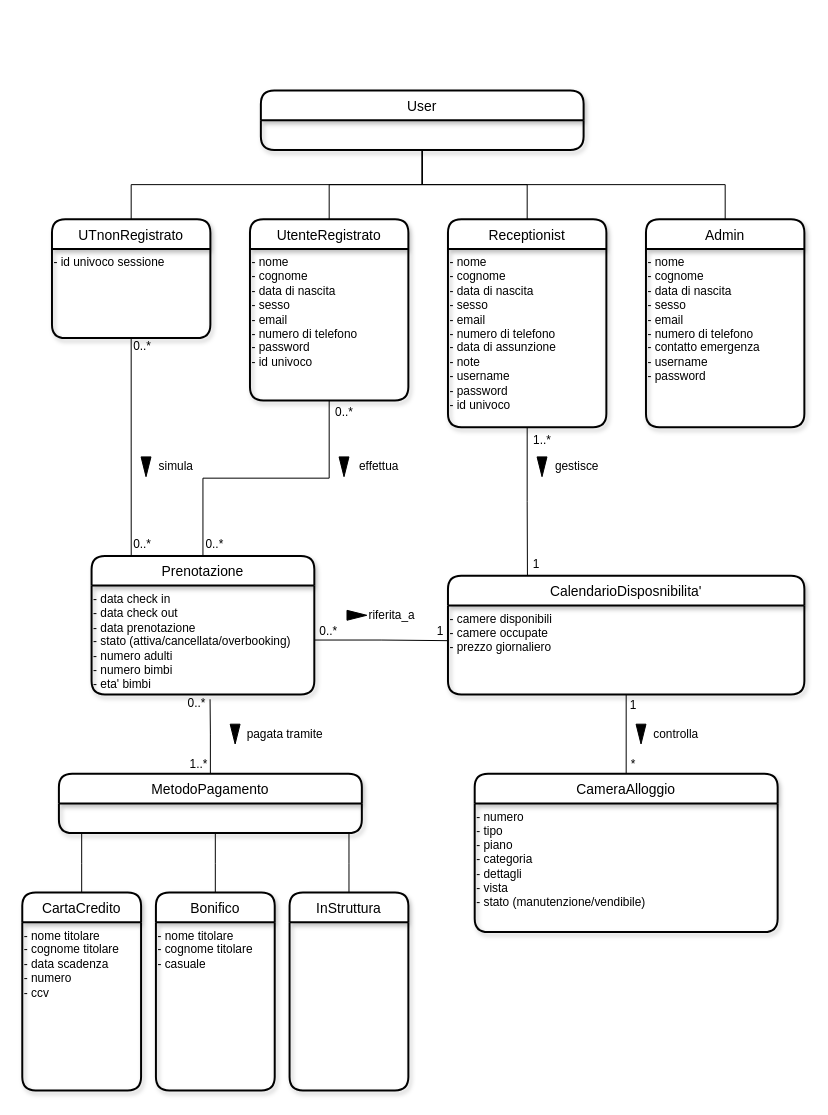
This is Documentazione/ModelloConcettuale2.drawio from riccardobeniamino/ProgWebGruppo3, a draw.io file, before an edit. Source tidied: cells renumbered, new cells numbered last; positions are measured from the earlier drawing's top-left corner, leaving out a move shared by most shapes. Both pictures are drawn from the tidied source at 99%, with x=0, y=0 at pixel (22, 90).
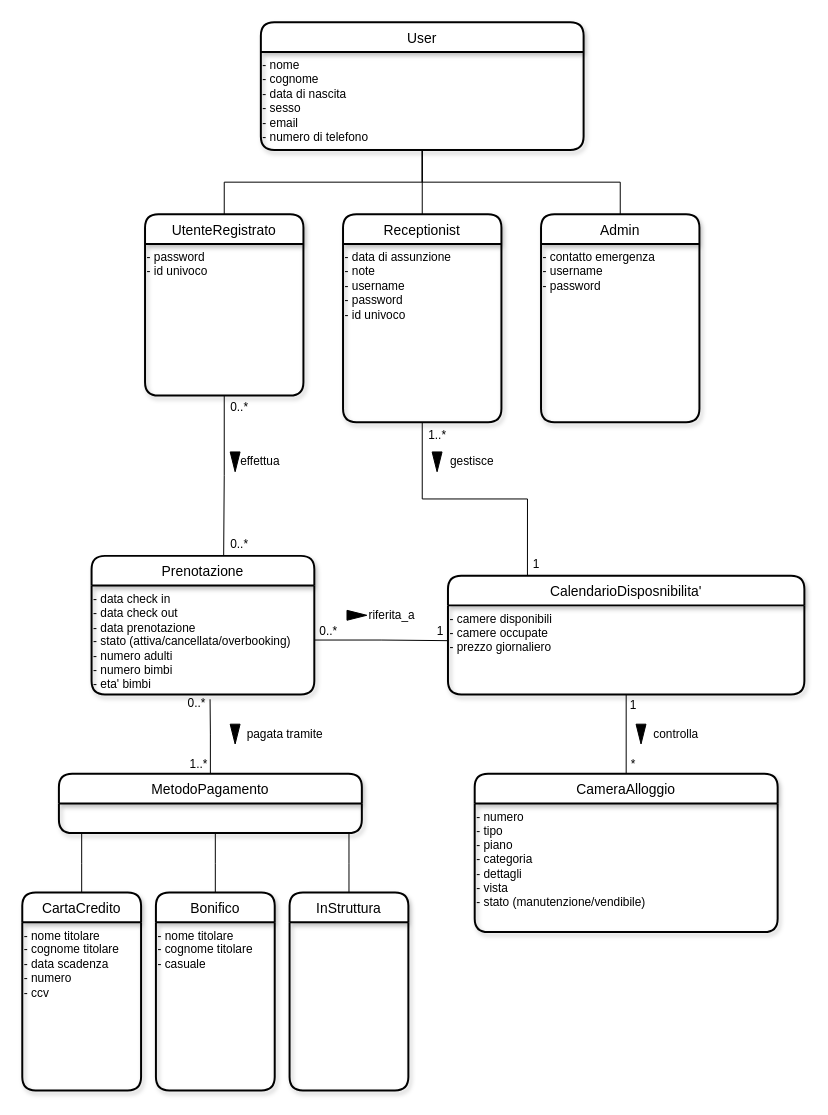
The same page after the edit.

Unchanged cells that the change refers to:
```xml
<mxCell id="20" value="Prenotazione" style="swimlane;horizontal=1;startSize=30;rounded=1;fontSize=14;fontStyle=0;strokeWidth=2;shadow=1;dashed=0;align=center;gradientColor=none;" parent="1" vertex="1">
  <mxGeometry x="70" y="470" width="225" height="140" as="geometry" />
</mxCell>
```

What changed in the source:
```diff
@@
-    <mxCell id="2" style="edgeStyle=orthogonalEdgeStyle;rounded=0;jettySize=auto;html=1;exitX=0.5;exitY=1;exitDx=0;exitDy=0;entryX=0.5;entryY=0;entryDx=0;entryDy=0;endArrow=none;endFill=0;" parent="1" edge="1" source="3" target="4">
-      <mxGeometry relative="1" as="geometry" />
-    </mxCell>
     <mxCell id="3" value="User" style="swimlane;horizontal=1;startSize=30;rounded=1;fontSize=14;fontStyle=0;strokeWidth=2;shadow=1;dashed=0;align=center;gradientColor=none;" parent="1" vertex="1">
-      <mxGeometry x="241" width="326" height="60" as="geometry" />
+      <mxGeometry x="241" y="-69" width="326" height="129" as="geometry" />
     </mxCell>
-    <mxCell id="4" value="UTnonRegistrato" style="swimlane;horizontal=1;startSize=30;rounded=1;fontSize=14;fontStyle=0;strokeWidth=2;shadow=1;dashed=0;align=center;gradientColor=none;" parent="1" vertex="1">
-      <mxGeometry x="30" y="130" width="160" height="120" as="geometry" />
-    </mxCell>
-    <mxCell id="5" value="- id univoco sessione" style="text;html=1;align=left;verticalAlign=top;points=[];strokeColor=none;fillColor=none;shadow=0;" parent="4" vertex="1">
-      <mxGeometry y="30" width="160" height="90" as="geometry" />
-    </mxCell>
+    <mxCell id="60" value="&lt;span&gt;- nome&lt;/span&gt;&lt;br&gt;&lt;span&gt;- cognome&lt;/span&gt;&lt;br&gt;&lt;span&gt;- data di nascita&lt;/span&gt;&lt;br&gt;&lt;span&gt;- sesso&lt;/span&gt;&lt;br&gt;&lt;span&gt;- email&lt;/span&gt;&lt;br&gt;&lt;span&gt;- numero di telefono&lt;/span&gt;" style="text;html=1;align=left;verticalAlign=top;strokeColor=none;fillColor=none;" parent="3" vertex="1">
+      <mxGeometry y="30" width="326" height="99" as="geometry" />
+    </mxCell>
@@
     <mxCell id="7" value="UtenteRegistrato" style="swimlane;horizontal=1;startSize=30;rounded=1;fontSize=14;fontStyle=0;strokeWidth=2;shadow=1;dashed=0;align=center;gradientColor=none;" parent="1" vertex="1">
-      <mxGeometry x="230" y="130" width="160" height="183" as="geometry" />
+      <mxGeometry x="124" y="125" width="160" height="183" as="geometry" />
     </mxCell>
-    <mxCell id="8" value="- nome&lt;br&gt;- cognome&lt;br&gt;- data di nascita&lt;br&gt;- sesso&lt;br&gt;- email&lt;br&gt;- numero di telefono&lt;br&gt;- password&lt;br&gt;- id univoco&lt;br&gt;&lt;div&gt;&lt;br&gt;&lt;/div&gt;" style="text;html=1;align=left;verticalAlign=top;points=[];strokeColor=none;fillColor=none;" parent="7" vertex="1">
+    <mxCell id="8" value="- password&lt;br&gt;- id univoco&lt;br&gt;&lt;div&gt;&lt;br&gt;&lt;/div&gt;" style="text;html=1;align=left;verticalAlign=top;points=[];strokeColor=none;fillColor=none;" parent="7" vertex="1">
       <mxGeometry y="30" width="160" height="153" as="geometry" />
     </mxCell>
@@
     <mxCell id="10" value="Receptionist" style="swimlane;horizontal=1;startSize=30;rounded=1;fontSize=14;fontStyle=0;strokeWidth=2;shadow=1;dashed=0;align=center;gradientColor=none;" parent="1" vertex="1">
-      <mxGeometry x="430" y="130" width="160" height="210" as="geometry" />
+      <mxGeometry x="324" y="125" width="160" height="210" as="geometry" />
     </mxCell>
-    <mxCell id="11" value="- nome&lt;br&gt;- cognome&lt;br&gt;- data di nascita&lt;br&gt;- sesso&lt;br&gt;- email&lt;br&gt;- numero di telefono&lt;br&gt;- data di assunzione&lt;br&gt;- note&lt;br&gt;- username&lt;br&gt;- password&lt;br&gt;- id univoco" style="text;html=1;align=left;verticalAlign=top;points=[];strokeColor=none;fillColor=none;" parent="10" vertex="1">
+    <mxCell id="11" value="- data di assunzione&lt;br&gt;- note&lt;br&gt;- username&lt;br&gt;- password&lt;br&gt;- id univoco" style="text;html=1;align=left;verticalAlign=top;points=[];strokeColor=none;fillColor=none;" parent="10" vertex="1">
       <mxGeometry y="30" width="160" height="180" as="geometry" />
     </mxCell>
@@
     <mxCell id="13" value="Admin" style="swimlane;horizontal=1;startSize=30;rounded=1;fontSize=14;fontStyle=0;strokeWidth=2;shadow=1;dashed=0;align=center;gradientColor=none;" parent="1" vertex="1">
-      <mxGeometry x="630" y="130" width="160" height="210" as="geometry" />
+      <mxGeometry x="524" y="125" width="160" height="210" as="geometry" />
     </mxCell>
-    <mxCell id="14" value="- nome&lt;br&gt;- cognome&lt;br&gt;- data di nascita&lt;br&gt;- sesso&lt;br&gt;- email&lt;br&gt;- numero di telefono&lt;br&gt;- contatto emergenza&lt;br&gt;- username&lt;br&gt;- password" style="text;html=1;align=left;verticalAlign=top;strokeColor=none;fillColor=none;" parent="13" vertex="1">
+    <mxCell id="14" value="- contatto emergenza&lt;br&gt;- username&lt;br&gt;- password" style="text;html=1;align=left;verticalAlign=top;strokeColor=none;fillColor=none;" parent="13" vertex="1">
       <mxGeometry y="30" width="160" height="180" as="geometry" />
     </mxCell>
@@
-    <mxCell id="22" style="edgeStyle=orthogonalEdgeStyle;rounded=0;jettySize=auto;html=1;entryX=0.5;entryY=0;entryDx=0;entryDy=0;endArrow=none;endFill=0;" parent="1" edge="1" source="8" target="20">
-      <mxGeometry relative="1" as="geometry" />
-    </mxCell>
     <mxCell id="23" style="triangle;whiteSpace=wrap;html=1;direction=south;fillColor=#000000;" parent="1" vertex="1">
-      <mxGeometry x="320" y="370" width="10" height="20" as="geometry" />
+      <mxGeometry x="210" y="365" width="10" height="20" as="geometry" />
     </mxCell>
     <mxCell id="24" value="effettua" style="text;html=1;align=center;verticalAlign=middle;strokeColor=none;fillColor=none;" parent="1" vertex="1">
-      <mxGeometry x="330" y="370" width="60" height="20" as="geometry" />
+      <mxGeometry x="210" y="365" width="60" height="20" as="geometry" />
     </mxCell>
-    <mxCell id="25" style="triangle;whiteSpace=wrap;html=1;direction=south;fillColor=#000000;" parent="1" vertex="1">
-      <mxGeometry x="120" y="370" width="10" height="20" as="geometry" />
-    </mxCell>
-    <mxCell id="26" value="simula" style="text;html=1;align=center;verticalAlign=middle;strokeColor=none;fillColor=none;" parent="1" vertex="1">
-      <mxGeometry x="130" y="370" width="50" height="20" as="geometry" />
-    </mxCell>
-    <mxCell id="27" style="edgeStyle=orthogonalEdgeStyle;rounded=0;jettySize=auto;html=1;endArrow=none;endFill=0;entryX=0.178;entryY=0;entryDx=0;entryDy=0;entryPerimeter=0;" parent="1" edge="1" source="5" target="20">
-      <mxGeometry relative="1" as="geometry" />
-    </mxCell>
@@
     <mxCell id="39" style="triangle;whiteSpace=wrap;html=1;direction=south;fillColor=#000000;" parent="1" vertex="1">
-      <mxGeometry x="520" y="370" width="10" height="20" as="geometry" />
+      <mxGeometry x="414" y="365" width="10" height="20" as="geometry" />
     </mxCell>
     <mxCell id="40" value="gestisce" style="text;html=1;align=center;verticalAlign=middle;strokeColor=none;fillColor=none;" parent="1" vertex="1">
-      <mxGeometry x="530" y="370" width="60" height="20" as="geometry" />
+      <mxGeometry x="424" y="365" width="60" height="20" as="geometry" />
     </mxCell>
@@
-    <mxCell id="48" value="0..*" style="text;html=1;align=center;verticalAlign=middle;strokeColor=none;fillColor=none;" parent="1" vertex="1">
-      <mxGeometry x="107" y="250" width="28" height="18" as="geometry" />
-    </mxCell>
-    <mxCell id="49" value="0..*" style="text;html=1;align=center;verticalAlign=middle;strokeColor=none;fillColor=none;" parent="1" vertex="1">
-      <mxGeometry x="107" y="450" width="28" height="18" as="geometry" />
-    </mxCell>
     <mxCell id="50" value="0..*" style="text;html=1;align=center;verticalAlign=middle;strokeColor=none;fillColor=none;" parent="1" vertex="1">
-      <mxGeometry x="311" y="316" width="28" height="18" as="geometry" />
+      <mxGeometry x="205" y="311" width="28" height="18" as="geometry" />
     </mxCell>
     <mxCell id="51" value="0..*" style="text;html=1;align=center;verticalAlign=middle;strokeColor=none;fillColor=none;" parent="1" vertex="1">
-      <mxGeometry x="180" y="450" width="28" height="18" as="geometry" />
+      <mxGeometry x="205" y="450" width="28" height="18" as="geometry" />
     </mxCell>
     <mxCell id="52" value="1..*" style="text;html=1;align=center;verticalAlign=middle;strokeColor=none;fillColor=none;" parent="1" vertex="1">
-      <mxGeometry x="511" y="344" width="28" height="18" as="geometry" />
+      <mxGeometry x="405" y="339" width="28" height="18" as="geometry" />
     </mxCell>
@@
+    <mxCell id="22" style="edgeStyle=orthogonalEdgeStyle;rounded=0;jettySize=auto;html=1;entryX=0.593;entryY=-0.001;entryDx=0;entryDy=0;entryPerimeter=0;endArrow=none;endFill=0;" parent="1" edge="1" source="8" target="20">
+      <mxGeometry relative="1" as="geometry" />
+    </mxCell>
```
